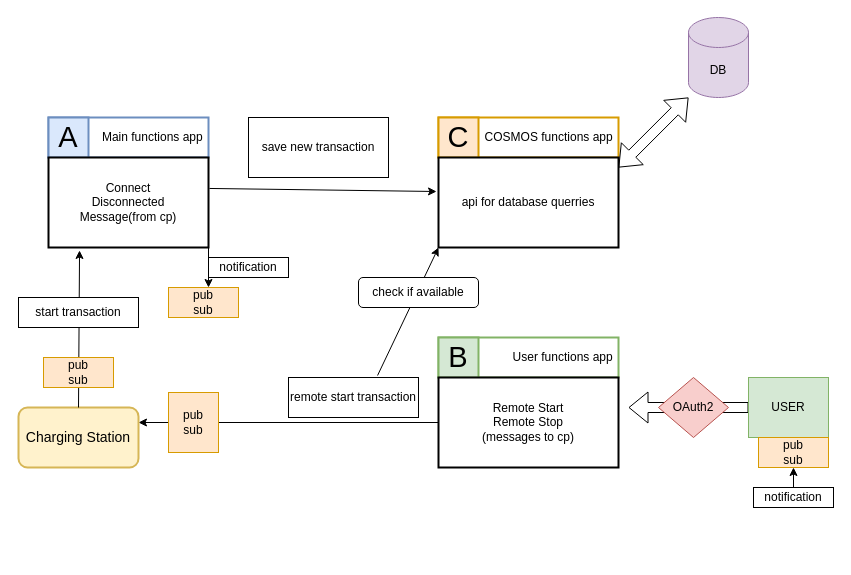
The draw.io diagram 3apps.drawio in stefanszeke/diargrams_io, before the edit. Source tidied: cells renumbered, new cells numbered last; positions are measured from the earlier drawing's top-left corner, leaving out a move shared by most shapes. Both pictures are drawn from the tidied source at 100%, with x=0, y=0 at pixel (18, 17).
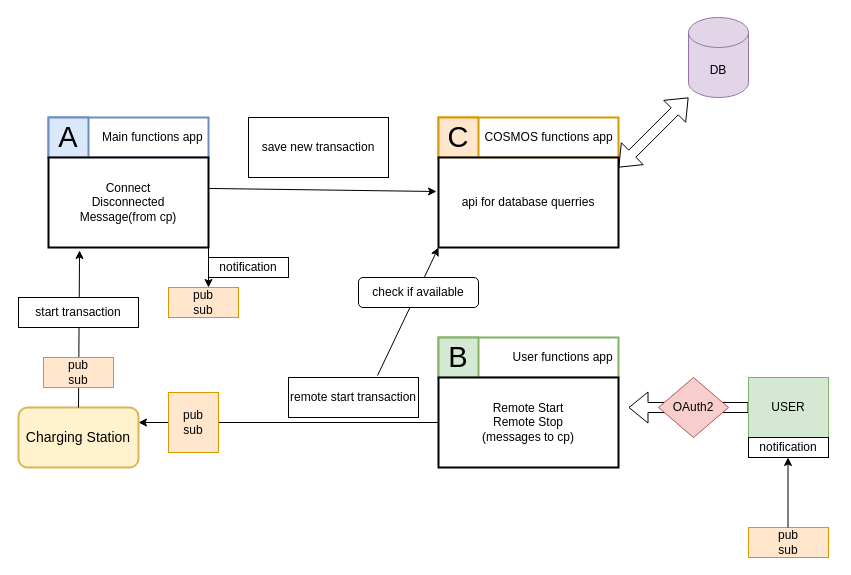
The same page after the edit.

The edit, as a diff of the source:
```diff
@@
     <mxCell id="30" value="pub&lt;br&gt;sub" style="rounded=0;whiteSpace=wrap;html=1;fillColor=#ffe6cc;strokeColor=#d79b00;" parent="1" vertex="1">
-      <mxGeometry x="740" y="420" width="70" height="30" as="geometry" />
+      <mxGeometry x="730" y="510" width="80" height="30" as="geometry" />
     </mxCell>
-    <mxCell id="31" style="endArrow=classic;html=1;rounded=0;entryX=0.5;entryY=1;entryDx=0;entryDy=0;exitX=0.5;exitY=0;exitDx=0;exitDy=0;" parent="1" edge="1" source="32" target="30">
-      <mxGeometry relative="1" as="geometry" />
-    </mxCell>
     <mxCell id="32" value="notification" style="rounded=0;whiteSpace=wrap;html=1;" parent="1" vertex="1">
-      <mxGeometry x="735" y="470" width="80" height="20" as="geometry" />
+      <mxGeometry x="730" y="420" width="80" height="20" as="geometry" />
     </mxCell>
@@
+    <mxCell id="34" style="endArrow=classic;html=1;rounded=0;exitX=0.494;exitY=0;exitDx=0;exitDy=0;exitPerimeter=0;" parent="1" edge="1" source="30">
+      <mxGeometry relative="1" as="geometry">
+        <mxPoint x="769.5" y="440" as="targetPoint" />
+      </mxGeometry>
+    </mxCell>
```
